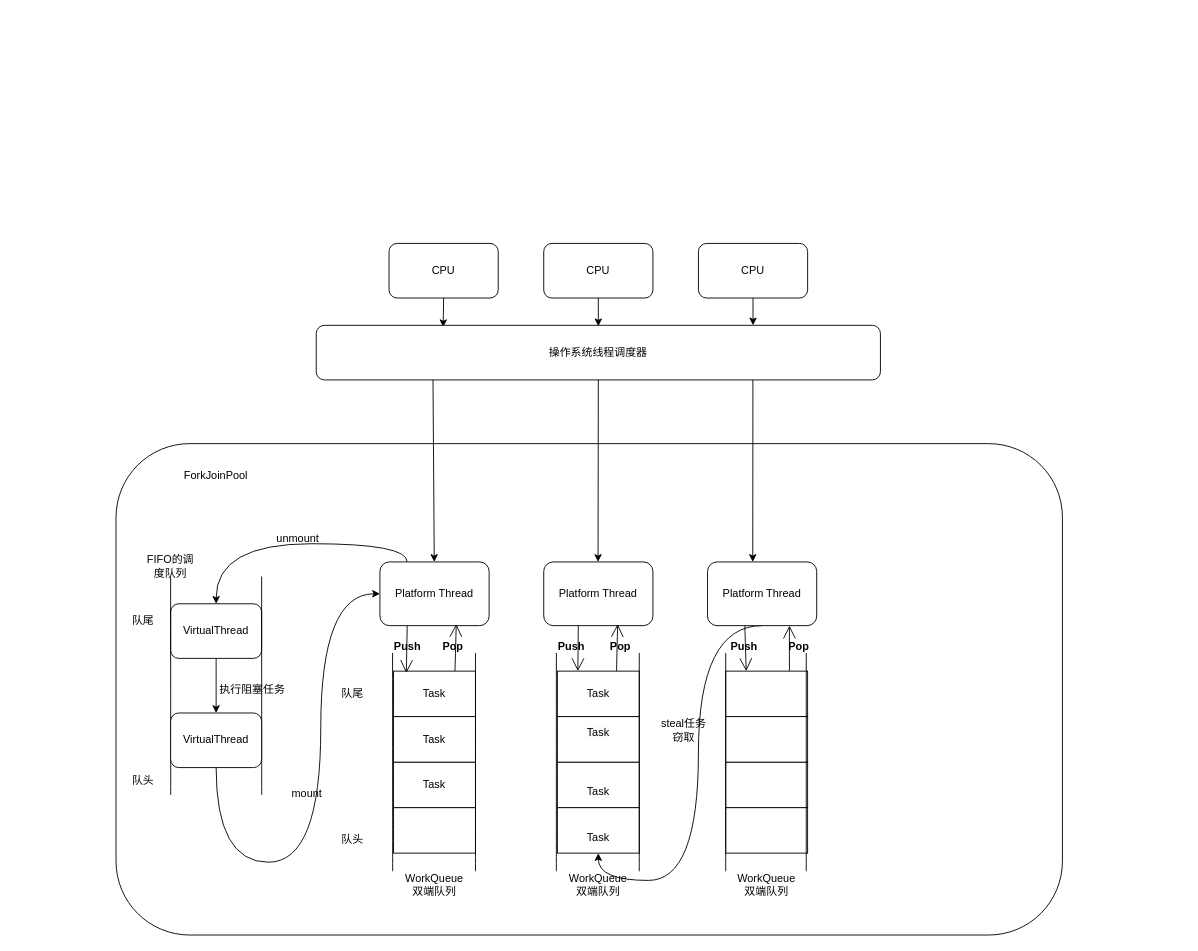
Chaimek/LearnPictures keeps this draw.io diagram as 高级/Java中的协程-虚拟线程.drawio. Above is the earlier version. Source tidied: cells renumbered, new cells numbered last; positions are measured from the earlier drawing's top-left corner, leaving out a move shared by most shapes. Both pictures are drawn from the tidied source at 91%, with x=0, y=0 at pixel (116, 243).
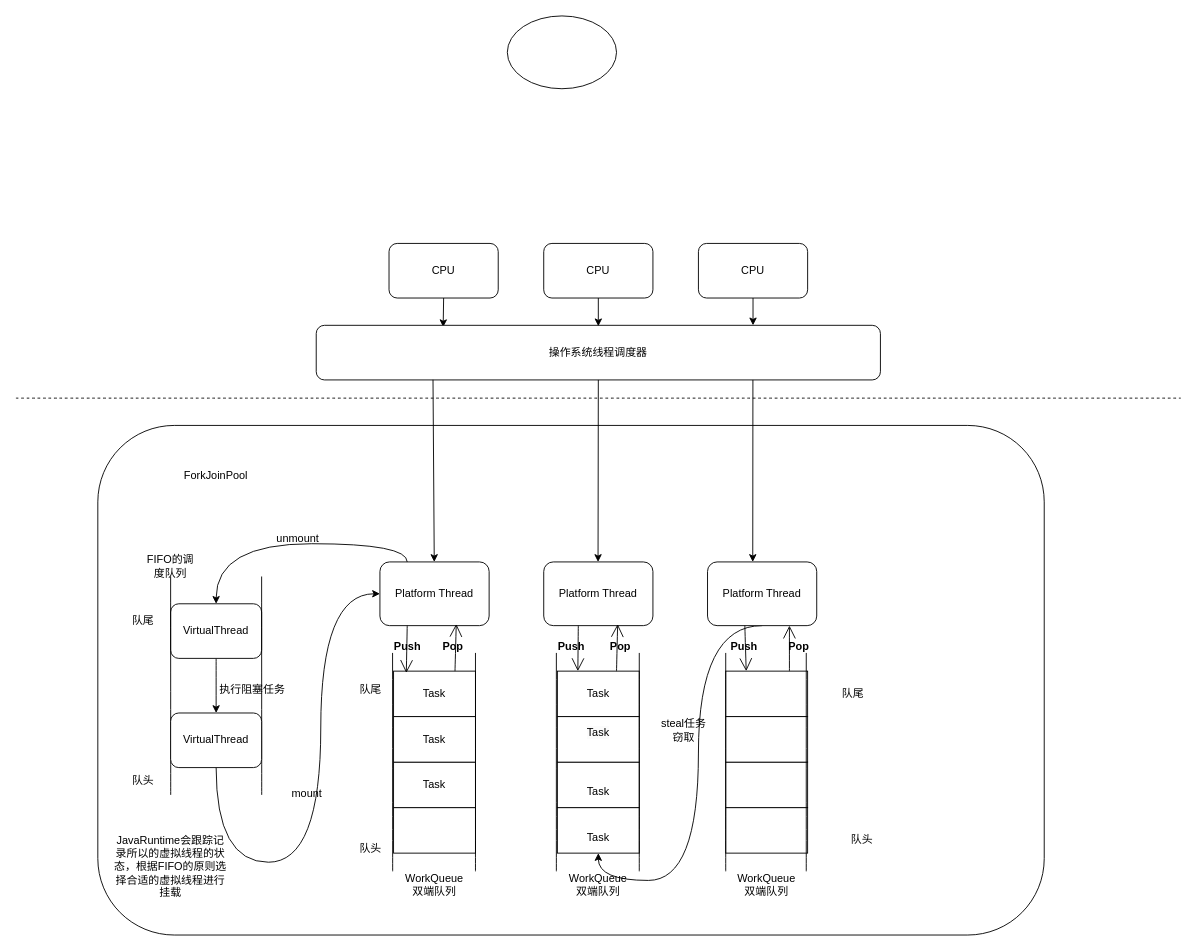
Above is the later version.

Commit message (it also covers changes not shown here):
更新Java中的协程-虚拟线程.drawio

What changed in the source:
```diff
@@
     <mxCell id="9" style="rounded=1;whiteSpace=wrap;html=1;" parent="1" vertex="1">
-      <mxGeometry y="220" width="1040" height="540" as="geometry" />
+      <mxGeometry x="-20" y="200" width="1040" height="560" as="geometry" />
     </mxCell>
@@
     <mxCell id="33" value="队头" style="text;html=1;strokeColor=none;fillColor=none;align=center;verticalAlign=middle;whiteSpace=wrap;rounded=0;" parent="1" vertex="1">
-      <mxGeometry x="230" y="640" width="60" height="30" as="geometry" />
+      <mxGeometry x="250" y="650" width="60" height="30" as="geometry" />
     </mxCell>
     <mxCell id="34" value="队尾" style="text;html=1;strokeColor=none;fillColor=none;align=center;verticalAlign=middle;whiteSpace=wrap;rounded=0;" parent="1" vertex="1">
-      <mxGeometry x="230" y="480" width="60" height="30" as="geometry" />
+      <mxGeometry x="250" y="475" width="60" height="30" as="geometry" />
     </mxCell>
@@
+    <mxCell id="67" value="JavaRuntime会跟踪记录所以的虚拟线程的状态，根据FIFO的原则选择合适的虚拟线程进行挂载" style="text;html=1;strokeColor=none;fillColor=none;align=center;verticalAlign=middle;whiteSpace=wrap;rounded=0;" parent="1" vertex="1">
+      <mxGeometry x="-5" y="670" width="130" height="30" as="geometry" />
+    </mxCell>
+    <mxCell id="68" style="endArrow=none;dashed=1;html=1;rounded=0;curved=1;" parent="1" edge="1">
+      <mxGeometry relative="1" as="geometry">
+        <mxPoint x="-110" y="170" as="sourcePoint" />
+        <mxPoint x="1170" y="170" as="targetPoint" />
+      </mxGeometry>
+    </mxCell>
+    <mxCell id="69" value="队尾" style="text;html=1;strokeColor=none;fillColor=none;align=center;verticalAlign=middle;whiteSpace=wrap;rounded=0;" parent="1" vertex="1">
+      <mxGeometry x="780" y="480" width="60" height="30" as="geometry" />
+    </mxCell>
+    <mxCell id="70" value="队头" style="text;html=1;strokeColor=none;fillColor=none;align=center;verticalAlign=middle;whiteSpace=wrap;rounded=0;" parent="1" vertex="1">
+      <mxGeometry x="790" y="640" width="60" height="30" as="geometry" />
+    </mxCell>
+    <mxCell id="71" style="ellipse;whiteSpace=wrap;html=1;" parent="1" vertex="1">
+      <mxGeometry x="430" y="-250" width="120" height="80" as="geometry" />
+    </mxCell>
```
